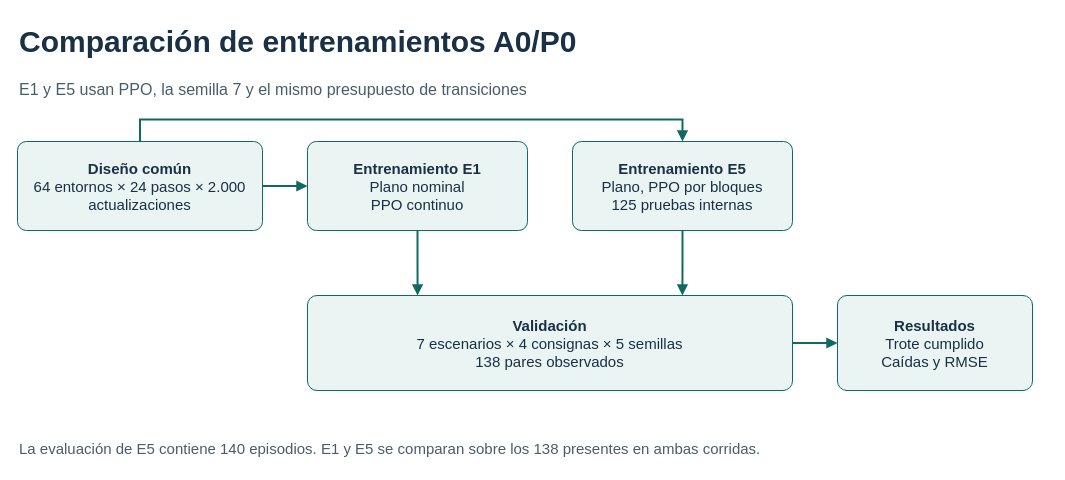
daca2022/go2-rl-deploy keeps this draw.io diagram as page "Entrenamiento y evaluación" (2 of 3) of docs/academico/Flujo-Experimental.drawio. Above is the earlier version. Source tidied: cells renumbered, new cells numbered last; positions are measured from the earlier drawing's top-left corner, leaving out a move shared by most shapes. Both pictures are drawn from the tidied source at 100%, with x=0, y=0 at pixel (17, 17).
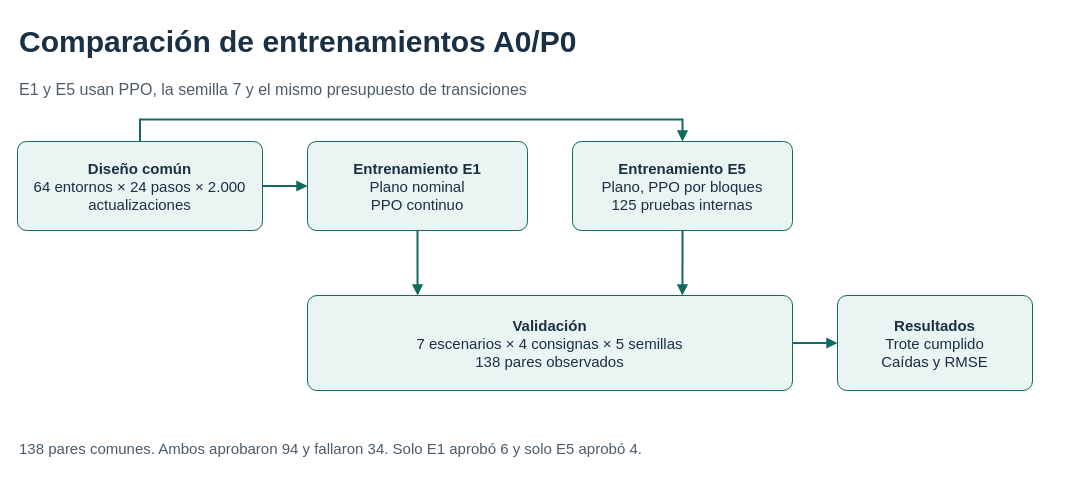
Above is the later version.

The edit, as a diff of the source:
```diff
@@
 <mxGraphModel background="#FFFFFF">
   <root>
     <mxCell id="0" />
     <mxCell id="1" parent="0" />
     <mxCell id="2" value="Comparación de entrenamientos A0/P0" style="text;html=1;strokeColor=none;fillColor=none;align=left;verticalAlign=middle;whiteSpace=wrap;fontFamily=Arial;fontSize=30;fontColor=#193045;fontStyle=1;" parent="1" vertex="1">
       <mxGeometry width="1030" height="48" as="geometry" />
     </mxCell>
     <mxCell id="3" value="E1 y E5 usan PPO, la semilla 7 y el mismo presupuesto de transiciones" style="text;html=1;strokeColor=none;fillColor=none;align=left;verticalAlign=middle;whiteSpace=wrap;fontFamily=Arial;fontSize=16;fontColor=#4A5C6A;fontStyle=0;" parent="1" vertex="1">
       <mxGeometry y="54" width="1030" height="35" as="geometry" />
     </mxCell>
     <mxCell id="4" value="&lt;b&gt;Diseño común&lt;/b&gt;&lt;br&gt;64 entornos × 24 pasos × 2.000 actualizaciones" style="rounded=1;arcSize=10;html=1;whiteSpace=wrap;fillColor=#EAF4F3;strokeColor=#116A61;fontColor=#193045;fontFamily=Arial;fontSize=15;spacing=8;" parent="1" vertex="1">
       <mxGeometry y="124" width="245" height="89" as="geometry" />
     </mxCell>
     <mxCell id="5" value="&lt;b&gt;Entrenamiento E1&lt;/b&gt;&lt;br&gt;Plano nominal&lt;br&gt;PPO continuo" style="rounded=1;arcSize=10;html=1;whiteSpace=wrap;fillColor=#EAF4F3;strokeColor=#116A61;fontColor=#193045;fontFamily=Arial;fontSize=15;spacing=8;" parent="1" vertex="1">
       <mxGeometry x="290" y="124" width="220" height="89" as="geometry" />
     </mxCell>
     <mxCell id="6" value="&lt;b&gt;Entrenamiento E5&lt;/b&gt;&lt;br&gt;Plano, PPO por bloques&lt;br&gt;125 pruebas internas" style="rounded=1;arcSize=10;html=1;whiteSpace=wrap;fillColor=#EAF4F3;strokeColor=#116A61;fontColor=#193045;fontFamily=Arial;fontSize=15;spacing=8;" parent="1" vertex="1">
       <mxGeometry x="555" y="124" width="220" height="89" as="geometry" />
     </mxCell>
     <mxCell id="7" value="&lt;b&gt;Validación&lt;/b&gt;&lt;br&gt;7 escenarios × 4 consignas × 5 semillas&lt;br&gt;138 pares observados" style="rounded=1;arcSize=10;html=1;whiteSpace=wrap;fillColor=#EAF4F3;strokeColor=#116A61;fontColor=#193045;fontFamily=Arial;fontSize=15;spacing=8;" parent="1" vertex="1">
       <mxGeometry x="290" y="278" width="485" height="95" as="geometry" />
     </mxCell>
     <mxCell id="8" value="&lt;b&gt;Resultados&lt;/b&gt;&lt;br&gt;Trote cumplido&lt;br&gt;Caídas y RMSE" style="rounded=1;arcSize=10;html=1;whiteSpace=wrap;fillColor=#EAF4F3;strokeColor=#116A61;fontColor=#193045;fontFamily=Arial;fontSize=15;spacing=8;" parent="1" vertex="1">
       <mxGeometry x="820" y="278" width="195" height="95" as="geometry" />
     </mxCell>
     <mxCell id="9" style="edgeStyle=orthogonalEdgeStyle;rounded=0;endArrow=block;endFill=1;strokeColor=#116A61;strokeWidth=2;exitX=1;exitY=0.5;entryX=0;entryY=0.5;" parent="1" edge="1" source="4" target="5">
       <mxGeometry relative="1" as="geometry" />
     </mxCell>
     <mxCell id="10" style="edgeStyle=orthogonalEdgeStyle;rounded=0;endArrow=block;endFill=1;strokeColor=#116A61;strokeWidth=2;exitX=0.5;exitY=0;entryX=0.5;entryY=0;" parent="1" edge="1" source="4" target="6">
       <mxGeometry relative="1" as="geometry">
         <Array as="points">
           <mxPoint x="122" y="102" />
           <mxPoint x="665" y="102" />
         </Array>
       </mxGeometry>
     </mxCell>
     <mxCell id="11" style="edgeStyle=orthogonalEdgeStyle;rounded=0;endArrow=block;endFill=1;strokeColor=#116A61;strokeWidth=2;exitX=0.5;exitY=1;entryX=.227;entryY=0;" parent="1" edge="1" source="5" target="7">
       <mxGeometry relative="1" as="geometry" />
     </mxCell>
     <mxCell id="12" style="edgeStyle=orthogonalEdgeStyle;rounded=0;endArrow=block;endFill=1;strokeColor=#116A61;strokeWidth=2;exitX=0.5;exitY=1;entryX=.773;entryY=0;" parent="1" edge="1" source="6" target="7">
       <mxGeometry relative="1" as="geometry" />
     </mxCell>
     <mxCell id="13" style="edgeStyle=orthogonalEdgeStyle;rounded=0;endArrow=block;endFill=1;strokeColor=#116A61;strokeWidth=2;exitX=1;exitY=0.5;entryX=0;entryY=0.5;" parent="1" edge="1" source="7" target="8">
       <mxGeometry relative="1" as="geometry" />
     </mxCell>
-    <mxCell id="14" value="La evaluación de E5 contiene 140 episodios. E1 y E5 se comparan sobre los 138 presentes en ambas corridas." style="text;html=1;strokeColor=none;fillColor=none;align=left;verticalAlign=middle;whiteSpace=wrap;fontFamily=Arial;fontSize=15;fontColor=#4A5C6A;fontStyle=0;" parent="1" vertex="1">
+    <mxCell id="14" value="138 pares comunes. Ambos aprobaron 94 y fallaron 34. Solo E1 aprobó 6 y solo E5 aprobó 4." style="text;html=1;strokeColor=none;fillColor=none;align=left;verticalAlign=middle;whiteSpace=wrap;fontFamily=Arial;fontSize=15;fontColor=#4A5C6A;fontStyle=0;" parent="1" vertex="1">
       <mxGeometry y="416" width="1015" height="30" as="geometry" />
     </mxCell>
   </root>
 </mxGraphModel>
```
